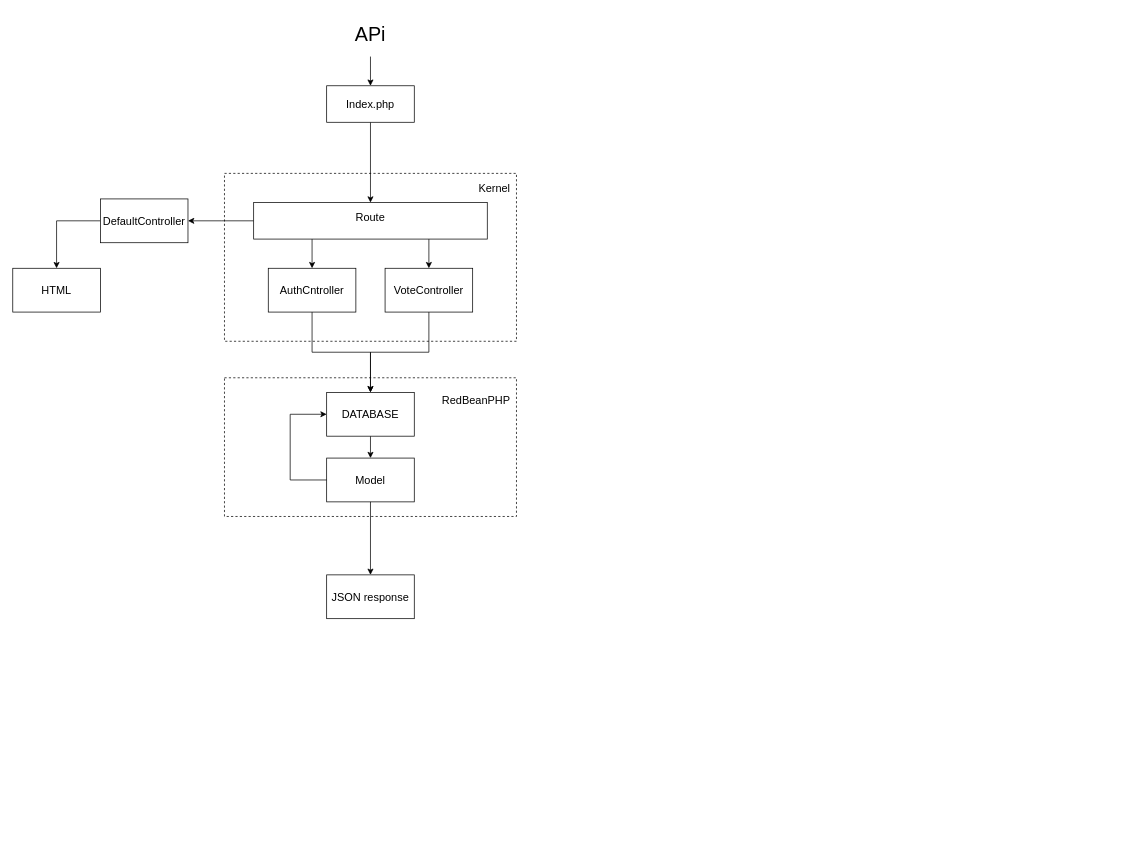
Before: doc/scheme.drawio in kirillzavorotni/cocktailvote, a draw.io diagram. Source tidied: cells renumbered, new cells numbered last; positions are measured from the earlier drawing's top-left corner, leaving out a move shared by most shapes. Both pictures are drawn from the tidied source at 73%, with x=0, y=0 at pixel (12, 12).
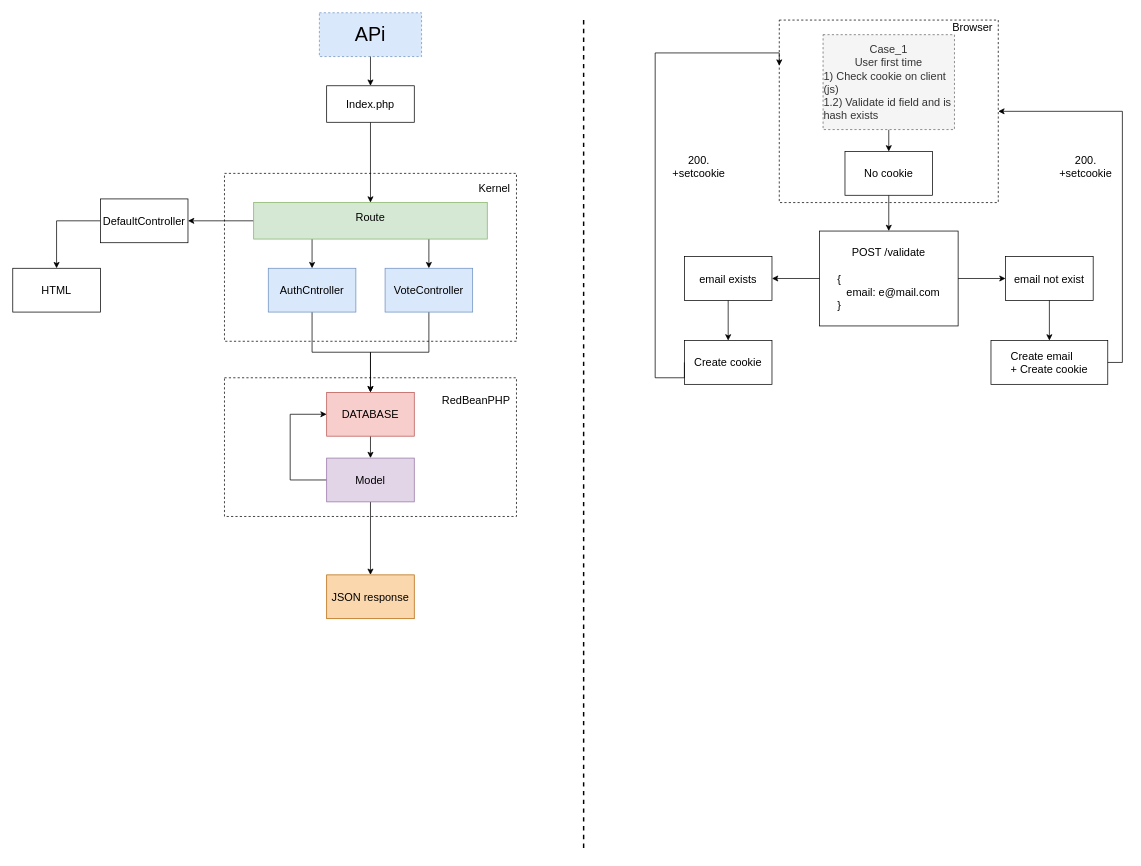
Above is the later version.

Change to the diagram source:
```diff
@@
+    <mxCell id="31" style="rounded=0;whiteSpace=wrap;html=1;strokeWidth=1;fillColor=none;fontSize=15;dashed=1;" parent="1" vertex="1">
+      <mxGeometry x="1050" y="10" width="300" height="250" as="geometry" />
+    </mxCell>
@@
-    <mxCell id="3" value="APi" style="text;html=1;strokeColor=none;fillColor=none;align=center;verticalAlign=middle;whiteSpace=wrap;rounded=0;strokeWidth=1;fontSize=27;" parent="1" vertex="1">
+    <mxCell id="3" value="APi" style="text;html=1;strokeColor=#6c8ebf;fillColor=#dae8fc;align=center;verticalAlign=middle;whiteSpace=wrap;rounded=0;strokeWidth=1;fontSize=27;dashed=1;" parent="1" vertex="1">
       <mxGeometry x="420" width="140" height="60" as="geometry" />
     </mxCell>
@@
-    <mxCell id="13" style="rounded=0;whiteSpace=wrap;html=1;strokeWidth=1;fillColor=#ffffff;fontSize=15;" parent="1" vertex="1">
+    <mxCell id="13" style="rounded=0;whiteSpace=wrap;html=1;strokeWidth=1;fillColor=#d5e8d4;fontSize=15;strokeColor=#82b366;" parent="1" vertex="1">
       <mxGeometry x="330" y="260" width="320" height="50" as="geometry" />
     </mxCell>
@@
-    <mxCell id="18" value="AuthCntroller" style="rounded=0;whiteSpace=wrap;html=1;strokeWidth=1;fillColor=#ffffff;fontSize=15;" parent="1" vertex="1">
+    <mxCell id="18" value="AuthCntroller" style="rounded=0;whiteSpace=wrap;html=1;strokeWidth=1;fillColor=#dae8fc;fontSize=15;strokeColor=#6c8ebf;" parent="1" vertex="1">
       <mxGeometry x="350" y="350" width="120" height="60" as="geometry" />
     </mxCell>
@@
-    <mxCell id="20" value="VoteController" style="rounded=0;whiteSpace=wrap;html=1;strokeWidth=1;fillColor=#ffffff;fontSize=15;" parent="1" vertex="1">
+    <mxCell id="20" value="VoteController" style="rounded=0;whiteSpace=wrap;html=1;strokeWidth=1;fillColor=#dae8fc;fontSize=15;strokeColor=#6c8ebf;" parent="1" vertex="1">
       <mxGeometry x="510" y="350" width="120" height="60" as="geometry" />
     </mxCell>
@@
-    <mxCell id="25" value="DATABASE" style="rounded=0;whiteSpace=wrap;html=1;strokeWidth=1;fillColor=#ffffff;fontSize=15;" parent="1" vertex="1">
+    <mxCell id="25" value="DATABASE" style="rounded=0;whiteSpace=wrap;html=1;strokeWidth=1;fillColor=#f8cecc;fontSize=15;strokeColor=#b85450;" parent="1" vertex="1">
       <mxGeometry x="430" y="520" width="120" height="60" as="geometry" />
     </mxCell>
@@
-    <mxCell id="29" value="Model" style="rounded=0;whiteSpace=wrap;html=1;strokeWidth=1;fillColor=none;fontSize=15;" parent="1" vertex="1">
+    <mxCell id="29" value="Model" style="rounded=0;whiteSpace=wrap;html=1;strokeWidth=1;fillColor=#e1d5e7;fontSize=15;strokeColor=#9673a6;" parent="1" vertex="1">
       <mxGeometry x="430" y="610" width="120" height="60" as="geometry" />
     </mxCell>
-    <mxCell id="30" value="JSON response" style="rounded=0;whiteSpace=wrap;html=1;strokeWidth=1;fillColor=none;fontSize=15;" parent="1" vertex="1">
+    <mxCell id="30" value="JSON response" style="rounded=0;whiteSpace=wrap;html=1;strokeWidth=1;fillColor=#fad7ac;fontSize=15;strokeColor=#b46504;" parent="1" vertex="1">
       <mxGeometry x="430" y="770" width="120" height="60" as="geometry" />
     </mxCell>
+    <mxCell id="32" style="line;strokeWidth=2;direction=south;html=1;dashed=1;fillColor=#ffffff;fontSize=15;" parent="1" vertex="1">
+      <mxGeometry x="777" y="10" width="10" height="1140" as="geometry" />
+    </mxCell>
+    <mxCell id="33" style="edgeStyle=orthogonalEdgeStyle;rounded=0;jettySize=auto;html=1;exitX=0.5;exitY=1;exitDx=0;exitDy=0;entryX=0.5;entryY=0;entryDx=0;entryDy=0;fontSize=15;" parent="1" edge="1" source="34" target="36">
+      <mxGeometry relative="1" as="geometry" />
+    </mxCell>
+    <mxCell id="34" value="Case_1&lt;br&gt;User&amp;nbsp;first time&lt;br&gt;&lt;div style=&quot;text-align: left&quot;&gt;&lt;span&gt;1) Check cookie on client (js)&lt;br&gt;1.2) V&lt;/span&gt;&lt;span&gt;alidate id field and is hash exists&lt;/span&gt;&lt;/div&gt;" style="text;html=1;strokeColor=#666666;fillColor=#f5f5f5;align=center;verticalAlign=middle;whiteSpace=wrap;rounded=0;dashed=1;fontSize=15;fontColor=#333333;" parent="1" vertex="1">
+      <mxGeometry x="1110" y="30" width="180" height="130" as="geometry" />
+    </mxCell>
+    <mxCell id="35" style="edgeStyle=orthogonalEdgeStyle;rounded=0;jettySize=auto;html=1;exitX=0.5;exitY=1;exitDx=0;exitDy=0;fontSize=15;" parent="1" edge="1" source="36" target="40">
+      <mxGeometry relative="1" as="geometry" />
+    </mxCell>
+    <mxCell id="36" value="No cookie" style="rounded=0;whiteSpace=wrap;html=1;strokeWidth=1;fillColor=#ffffff;fontSize=15;" parent="1" vertex="1">
+      <mxGeometry x="1140" y="190" width="120" height="60" as="geometry" />
+    </mxCell>
+    <mxCell id="37" value="Browser" style="text;html=1;strokeColor=none;fillColor=none;align=center;verticalAlign=middle;whiteSpace=wrap;rounded=0;fontSize=15;" parent="1" vertex="1">
+      <mxGeometry x="1295" y="10" width="40" height="20" as="geometry" />
+    </mxCell>
+    <mxCell id="38" style="edgeStyle=orthogonalEdgeStyle;rounded=0;jettySize=auto;html=1;exitX=0;exitY=0.5;exitDx=0;exitDy=0;entryX=1;entryY=0.5;entryDx=0;entryDy=0;fontSize=15;" parent="1" edge="1" source="40" target="42">
+      <mxGeometry relative="1" as="geometry" />
+    </mxCell>
+    <mxCell id="39" style="edgeStyle=orthogonalEdgeStyle;rounded=0;jettySize=auto;html=1;exitX=1;exitY=0.5;exitDx=0;exitDy=0;fontSize=15;" parent="1" edge="1" source="40" target="44">
+      <mxGeometry relative="1" as="geometry" />
+    </mxCell>
+    <mxCell id="40" value="POST /validate&lt;br&gt;&lt;br&gt;&lt;div style=&quot;text-align: left&quot;&gt;&lt;span&gt;{&lt;/span&gt;&lt;/div&gt;&lt;div style=&quot;text-align: left&quot;&gt;&lt;span&gt;&amp;nbsp; &amp;nbsp;email: e@mail.com&lt;/span&gt;&lt;/div&gt;&lt;div style=&quot;text-align: left&quot;&gt;&lt;span&gt;}&lt;br&gt;&lt;/span&gt;&lt;/div&gt;" style="rounded=0;whiteSpace=wrap;html=1;strokeWidth=1;fillColor=none;fontSize=15;" parent="1" vertex="1">
+      <mxGeometry x="1105" y="299" width="190" height="130" as="geometry" />
+    </mxCell>
+    <mxCell id="41" style="edgeStyle=orthogonalEdgeStyle;rounded=0;jettySize=auto;html=1;exitX=0.5;exitY=1;exitDx=0;exitDy=0;entryX=0.5;entryY=0;entryDx=0;entryDy=0;fontSize=15;" parent="1" edge="1" source="42" target="49">
+      <mxGeometry relative="1" as="geometry" />
+    </mxCell>
+    <mxCell id="42" value="email exists" style="rounded=0;whiteSpace=wrap;html=1;strokeWidth=1;fillColor=none;fontSize=15;" parent="1" vertex="1">
+      <mxGeometry x="920" y="334" width="120" height="60" as="geometry" />
+    </mxCell>
+    <mxCell id="43" style="edgeStyle=orthogonalEdgeStyle;rounded=0;jettySize=auto;html=1;exitX=0.5;exitY=1;exitDx=0;exitDy=0;entryX=0.5;entryY=0;entryDx=0;entryDy=0;fontSize=15;" parent="1" edge="1" source="44" target="46">
+      <mxGeometry relative="1" as="geometry" />
+    </mxCell>
+    <mxCell id="44" value="email not exist" style="rounded=0;whiteSpace=wrap;html=1;strokeWidth=1;fillColor=none;fontSize=15;" parent="1" vertex="1">
+      <mxGeometry x="1360" y="334" width="120" height="60" as="geometry" />
+    </mxCell>
+    <mxCell id="45" style="edgeStyle=orthogonalEdgeStyle;rounded=0;jettySize=auto;html=1;exitX=1;exitY=0.5;exitDx=0;exitDy=0;entryX=1;entryY=0.5;entryDx=0;entryDy=0;fontSize=15;" parent="1" edge="1" source="46" target="31">
+      <mxGeometry relative="1" as="geometry" />
+    </mxCell>
+    <mxCell id="46" value="&lt;div style=&quot;text-align: justify&quot;&gt;&lt;span&gt;Create email&lt;/span&gt;&lt;/div&gt;&lt;div style=&quot;text-align: justify&quot;&gt;&lt;span&gt;+ Create cookie&lt;br&gt;&lt;/span&gt;&lt;/div&gt;" style="rounded=0;whiteSpace=wrap;html=1;strokeWidth=1;fillColor=none;fontSize=15;" parent="1" vertex="1">
+      <mxGeometry x="1340" y="449" width="160" height="60" as="geometry" />
+    </mxCell>
+    <mxCell id="47" value="200.&lt;br&gt;+setcookie" style="text;html=1;strokeColor=none;fillColor=none;align=center;verticalAlign=middle;whiteSpace=wrap;rounded=0;fontSize=15;" parent="1" vertex="1">
+      <mxGeometry x="1450" y="200" width="40" height="20" as="geometry" />
+    </mxCell>
+    <mxCell id="48" style="edgeStyle=orthogonalEdgeStyle;rounded=0;jettySize=auto;html=1;entryX=0;entryY=0.25;entryDx=0;entryDy=0;fontSize=15;exitX=0;exitY=0.5;exitDx=0;exitDy=0;" parent="1" edge="1" source="49" target="31">
+      <mxGeometry relative="1" as="geometry">
+        <Array as="points">
+          <mxPoint x="880" y="500" />
+          <mxPoint x="880" y="55" />
+        </Array>
+      </mxGeometry>
+    </mxCell>
+    <mxCell id="49" value="Create cookie" style="rounded=0;whiteSpace=wrap;html=1;strokeWidth=1;fillColor=none;fontSize=15;" parent="1" vertex="1">
+      <mxGeometry x="920" y="449" width="120" height="60" as="geometry" />
+    </mxCell>
+    <mxCell id="50" value="200.&lt;br&gt;+setcookie" style="text;html=1;strokeColor=none;fillColor=none;align=center;verticalAlign=middle;whiteSpace=wrap;rounded=0;fontSize=15;" parent="1" vertex="1">
+      <mxGeometry x="920" y="200" width="40" height="20" as="geometry" />
+    </mxCell>
+    <mxCell id="51" style="edgeStyle=orthogonalEdgeStyle;rounded=0;orthogonalLoop=1;jettySize=auto;html=1;exitX=0.5;exitY=1;exitDx=0;exitDy=0;fontSize=15;" parent="1" edge="1" source="46" target="46">
+      <mxGeometry relative="1" as="geometry" />
+    </mxCell>
```
